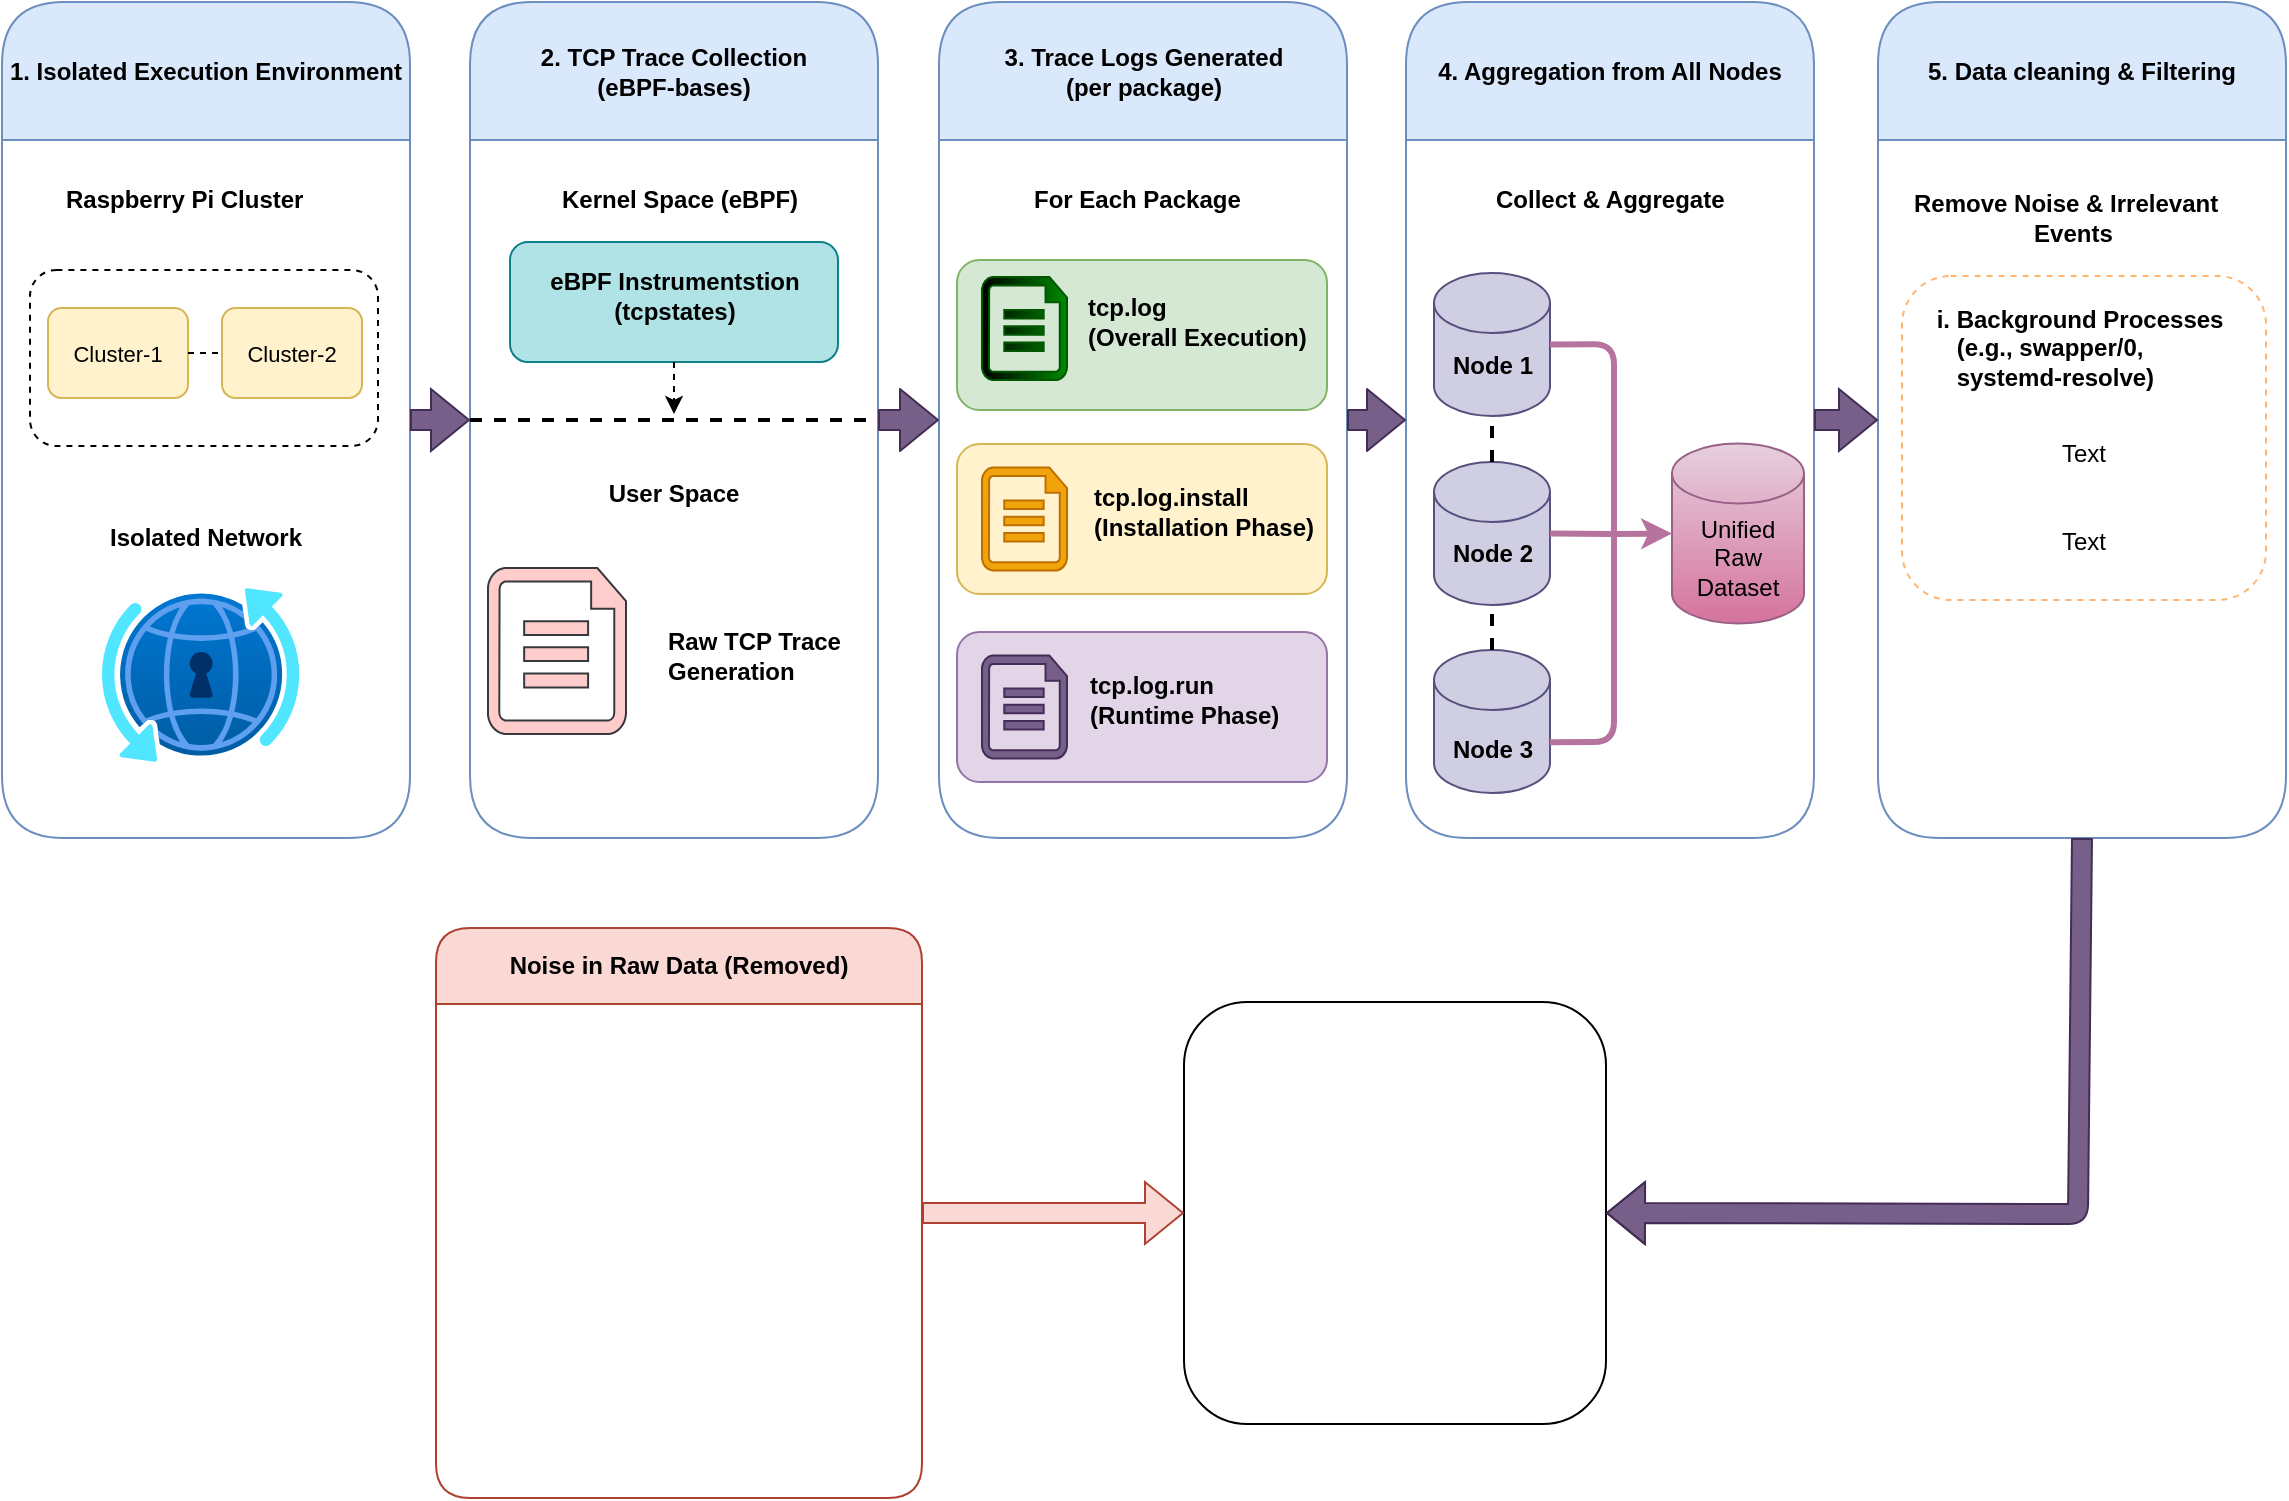
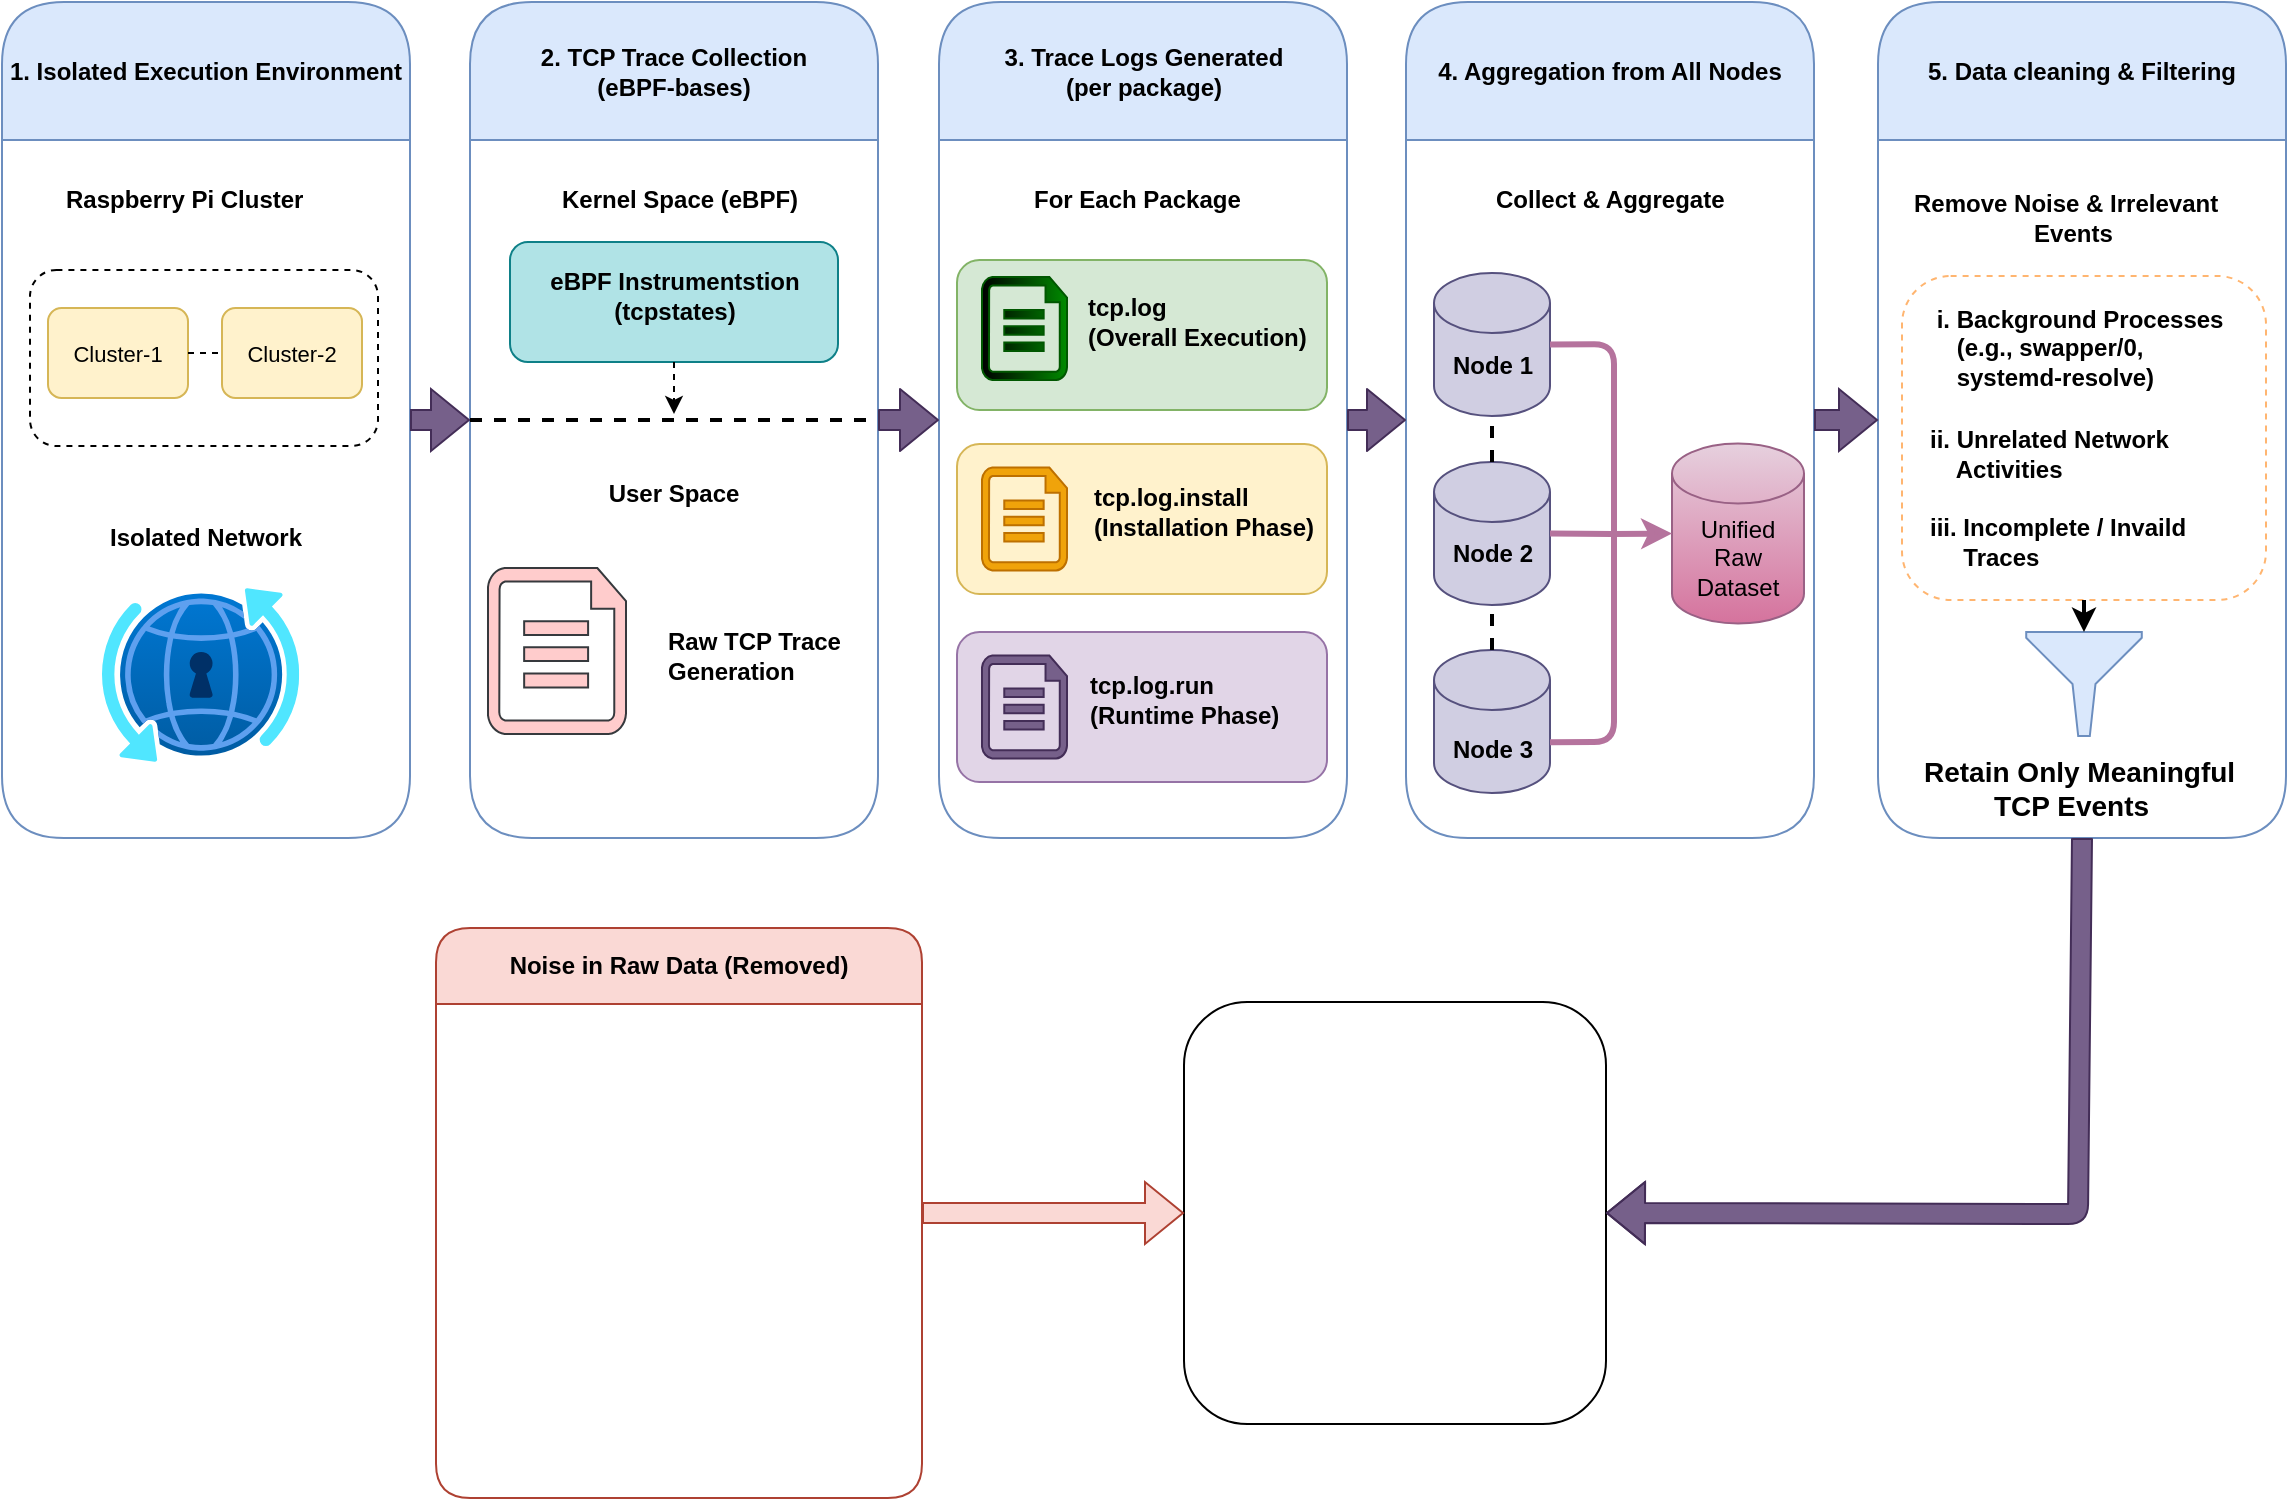
<mxfile host="app.diagrams.net">
  <diagram name="Page-1" id="8kyjSIY6fsYWo43MdOdE">
    <mxGraphModel dx="1406" dy="814" grid="0" gridSize="10" guides="1" tooltips="1" connect="1" arrows="1" fold="1" page="1" pageScale="1" pageWidth="1181" pageHeight="827" background="none" math="0" shadow="0">
      <root>
        <mxCell id="0" />
        <mxCell id="1" parent="0" />
        <mxCell id="yPxf8Ypyw46N0n0ri4En-1" parent="1" style="swimlane;whiteSpace=wrap;html=1;swimlaneFillColor=none;rounded=1;startSize=69;strokeColor=#6c8ebf;fillColor=#dae8fc;" value="1. Isolated Execution Environment" vertex="1">
          <mxGeometry height="418" width="204" x="20" y="29" as="geometry" />
        </mxCell>
        <mxCell id="9OX9V2n5WXdKuxMzRrJa-6" parent="yPxf8Ypyw46N0n0ri4En-1" style="text;strokeColor=none;fillColor=none;align=left;verticalAlign=middle;spacingLeft=4;spacingRight=4;overflow=hidden;points=[[0,0.5],[1,0.5]];portConstraint=eastwest;rotatable=0;whiteSpace=wrap;html=1;" value="&lt;b&gt;Raspberry Pi Cluster&lt;/b&gt;" vertex="1">
          <mxGeometry height="30" width="152" x="26" y="84" as="geometry" />
        </mxCell>
        <mxCell id="9OX9V2n5WXdKuxMzRrJa-7" parent="yPxf8Ypyw46N0n0ri4En-1" style="rounded=1;whiteSpace=wrap;html=1;dashed=1;" value="" vertex="1">
          <mxGeometry height="88" width="174" x="14" y="134" as="geometry" />
        </mxCell>
        <mxCell id="9OX9V2n5WXdKuxMzRrJa-8" parent="yPxf8Ypyw46N0n0ri4En-1" style="rounded=1;whiteSpace=wrap;html=1;fillColor=#fff2cc;strokeColor=#d6b656;" value="" vertex="1">
          <mxGeometry height="45" width="70" x="23" y="153" as="geometry" />
        </mxCell>
        <mxCell id="9OX9V2n5WXdKuxMzRrJa-9" parent="yPxf8Ypyw46N0n0ri4En-1" style="rounded=1;whiteSpace=wrap;html=1;fillColor=#fff2cc;strokeColor=#d6b656;" value="" vertex="1">
          <mxGeometry height="45" width="70" x="110" y="153" as="geometry" />
        </mxCell>
        <mxCell id="9OX9V2n5WXdKuxMzRrJa-10" parent="yPxf8Ypyw46N0n0ri4En-1" style="text;html=1;whiteSpace=wrap;strokeColor=none;fillColor=none;align=center;verticalAlign=middle;rounded=0;" value="&lt;font style=&quot;font-size: 11px;&quot;&gt;Cluster-1&lt;/font&gt;" vertex="1">
          <mxGeometry height="18.5" width="50" x="33" y="166.25" as="geometry" />
        </mxCell>
        <mxCell id="9OX9V2n5WXdKuxMzRrJa-11" parent="yPxf8Ypyw46N0n0ri4En-1" style="text;html=1;whiteSpace=wrap;strokeColor=none;fillColor=none;align=center;verticalAlign=middle;rounded=0;" value="&lt;font style=&quot;font-size: 11px;&quot;&gt;Cluster-2&lt;/font&gt;" vertex="1">
          <mxGeometry height="18.5" width="50" x="120" y="166.25" as="geometry" />
        </mxCell>
        <mxCell id="9OX9V2n5WXdKuxMzRrJa-12" edge="1" parent="yPxf8Ypyw46N0n0ri4En-1" source="9OX9V2n5WXdKuxMzRrJa-8" style="endArrow=none;html=1;rounded=0;exitX=1;exitY=0.5;exitDx=0;exitDy=0;entryX=0;entryY=0.5;entryDx=0;entryDy=0;dashed=1;" target="9OX9V2n5WXdKuxMzRrJa-9" value="">
          <mxGeometry height="50" relative="1" width="50" as="geometry">
            <mxPoint x="545" y="408" as="sourcePoint" />
            <mxPoint x="595" y="358" as="targetPoint" />
          </mxGeometry>
        </mxCell>
        <mxCell id="9OX9V2n5WXdKuxMzRrJa-14" parent="yPxf8Ypyw46N0n0ri4En-1" style="text;strokeColor=none;fillColor=none;align=left;verticalAlign=middle;spacingLeft=4;spacingRight=4;overflow=hidden;points=[[0,0.5],[1,0.5]];portConstraint=eastwest;rotatable=0;whiteSpace=wrap;html=1;" value="&lt;b&gt;Isolated Network&lt;/b&gt;" vertex="1">
          <mxGeometry height="30" width="109" x="47.5" y="253" as="geometry" />
        </mxCell>
        <mxCell id="9OX9V2n5WXdKuxMzRrJa-15" parent="yPxf8Ypyw46N0n0ri4En-1" style="image;aspect=fixed;html=1;points=[];align=center;fontSize=12;image=img/lib/azure2/networking/DNS_Private_Resolver.svg;" value="" vertex="1">
          <mxGeometry height="87" width="98.6" x="50" y="293" as="geometry" />
        </mxCell>
        <mxCell id="yPxf8Ypyw46N0n0ri4En-4" parent="1" style="swimlane;whiteSpace=wrap;html=1;swimlaneFillColor=none;rounded=1;startSize=69;strokeColor=#6c8ebf;fillColor=#dae8fc;" value="2. TCP Trace Collection&lt;div&gt;(eBPF-bases)&lt;/div&gt;" vertex="1">
          <mxGeometry height="418" width="204" x="254" y="29" as="geometry" />
        </mxCell>
        <mxCell id="9OX9V2n5WXdKuxMzRrJa-16" parent="yPxf8Ypyw46N0n0ri4En-4" style="text;strokeColor=none;fillColor=none;align=left;verticalAlign=middle;spacingLeft=4;spacingRight=4;overflow=hidden;points=[[0,0.5],[1,0.5]];portConstraint=eastwest;rotatable=0;whiteSpace=wrap;html=1;" value="&lt;b&gt;Kernel Space (eBPF)&lt;/b&gt;" vertex="1">
          <mxGeometry height="30" width="134" x="40" y="84" as="geometry" />
        </mxCell>
        <mxCell id="9OX9V2n5WXdKuxMzRrJa-20" parent="yPxf8Ypyw46N0n0ri4En-4" style="rounded=1;whiteSpace=wrap;html=1;fillColor=#b0e3e6;strokeColor=#0e8088;" value="" vertex="1">
          <mxGeometry height="60" width="164" x="20" y="120" as="geometry" />
        </mxCell>
        <mxCell id="9OX9V2n5WXdKuxMzRrJa-22" parent="yPxf8Ypyw46N0n0ri4En-4" style="text;html=1;whiteSpace=wrap;strokeColor=none;fillColor=none;align=center;verticalAlign=middle;rounded=0;" value="&lt;b&gt;eBPF Instrumentstion&lt;/b&gt;&lt;div&gt;&lt;b&gt;(tcpstates)&lt;/b&gt;&lt;/div&gt;" vertex="1">
          <mxGeometry height="35" width="133" x="35.5" y="129" as="geometry" />
        </mxCell>
        <mxCell id="9OX9V2n5WXdKuxMzRrJa-23" parent="yPxf8Ypyw46N0n0ri4En-4" style="text;html=1;whiteSpace=wrap;strokeColor=none;fillColor=none;align=center;verticalAlign=middle;rounded=0;" value="&lt;b&gt;User Space&lt;/b&gt;" vertex="1">
          <mxGeometry height="30" width="122" x="41" y="231" as="geometry" />
        </mxCell>
        <mxCell id="9OX9V2n5WXdKuxMzRrJa-24" parent="yPxf8Ypyw46N0n0ri4En-4" style="verticalLabelPosition=bottom;html=1;verticalAlign=top;align=center;shape=mxgraph.azure.cloud_services_configuration_file;pointerEvents=1;fillColor=#ffcccc;strokeColor=#36393d;" value="" vertex="1">
          <mxGeometry height="83" width="69" x="9" y="283" as="geometry" />
        </mxCell>
        <mxCell id="9OX9V2n5WXdKuxMzRrJa-26" parent="yPxf8Ypyw46N0n0ri4En-4" style="text;strokeColor=none;fillColor=none;align=left;verticalAlign=middle;spacingLeft=4;spacingRight=4;overflow=hidden;points=[[0,0.5],[1,0.5]];portConstraint=eastwest;rotatable=0;whiteSpace=wrap;html=1;" value="&lt;b&gt;Raw TCP Trace&lt;/b&gt;&lt;div&gt;&lt;b&gt;Generation&lt;/b&gt;&lt;/div&gt;" vertex="1">
          <mxGeometry height="74" width="99" x="93" y="290" as="geometry" />
        </mxCell>
        <mxCell id="yPxf8Ypyw46N0n0ri4En-5" parent="1" style="swimlane;whiteSpace=wrap;html=1;swimlaneFillColor=none;rounded=1;startSize=69;strokeColor=#6c8ebf;fillColor=#dae8fc;" value="3. Trace Logs Generated&lt;div&gt;(per package)&lt;/div&gt;" vertex="1">
          <mxGeometry height="418" width="204" x="488.5" y="29" as="geometry" />
        </mxCell>
        <mxCell id="9OX9V2n5WXdKuxMzRrJa-17" parent="yPxf8Ypyw46N0n0ri4En-5" style="text;strokeColor=none;fillColor=none;align=left;verticalAlign=middle;spacingLeft=4;spacingRight=4;overflow=hidden;points=[[0,0.5],[1,0.5]];portConstraint=eastwest;rotatable=0;whiteSpace=wrap;html=1;" value="&lt;b&gt;For Each Package&lt;/b&gt;" vertex="1">
          <mxGeometry height="30" width="121.5" x="41.5" y="84" as="geometry" />
        </mxCell>
        <mxCell id="9OX9V2n5WXdKuxMzRrJa-27" parent="yPxf8Ypyw46N0n0ri4En-5" style="rounded=1;whiteSpace=wrap;html=1;fillColor=#d5e8d4;strokeColor=#82b366;" value="" vertex="1">
          <mxGeometry height="75" width="185" x="9" y="129" as="geometry" />
        </mxCell>
        <mxCell id="9OX9V2n5WXdKuxMzRrJa-28" parent="yPxf8Ypyw46N0n0ri4En-5" style="rounded=1;whiteSpace=wrap;html=1;fillColor=#fff2cc;strokeColor=#d6b656;" value="" vertex="1">
          <mxGeometry height="75" width="185" x="9" y="221" as="geometry" />
        </mxCell>
        <mxCell id="9OX9V2n5WXdKuxMzRrJa-29" parent="yPxf8Ypyw46N0n0ri4En-5" style="rounded=1;whiteSpace=wrap;html=1;fillColor=#e1d5e7;strokeColor=#9673a6;" value="" vertex="1">
          <mxGeometry height="75" width="185" x="9" y="315" as="geometry" />
        </mxCell>
        <mxCell id="9OX9V2n5WXdKuxMzRrJa-31" parent="yPxf8Ypyw46N0n0ri4En-5" style="verticalLabelPosition=bottom;html=1;verticalAlign=top;align=center;strokeColor=#005700;fillColor=#008a00;shape=mxgraph.azure.cloud_services_configuration_file;pointerEvents=1;fontColor=#ffffff;shadow=0;gradientColor=default;gradientDirection=west;" value="" vertex="1">
          <mxGeometry height="51.5" width="42.5" x="21.5" y="137.5" as="geometry" />
        </mxCell>
        <mxCell id="9OX9V2n5WXdKuxMzRrJa-32" parent="yPxf8Ypyw46N0n0ri4En-5" style="verticalLabelPosition=bottom;html=1;verticalAlign=top;align=center;strokeColor=#BD7000;fillColor=#f0a30a;shape=mxgraph.azure.cloud_services_configuration_file;pointerEvents=1;fontColor=#000000;shadow=0;gradientDirection=west;" value="" vertex="1">
          <mxGeometry height="51.5" width="42.5" x="21.5" y="232.75" as="geometry" />
        </mxCell>
        <mxCell id="9OX9V2n5WXdKuxMzRrJa-33" parent="yPxf8Ypyw46N0n0ri4En-5" style="verticalLabelPosition=bottom;html=1;verticalAlign=top;align=center;strokeColor=#432D57;fillColor=#76608a;shape=mxgraph.azure.cloud_services_configuration_file;pointerEvents=1;fontColor=#ffffff;shadow=0;gradientDirection=west;" value="" vertex="1">
          <mxGeometry height="51.5" width="42.5" x="21.5" y="326.75" as="geometry" />
        </mxCell>
        <mxCell id="9OX9V2n5WXdKuxMzRrJa-34" parent="yPxf8Ypyw46N0n0ri4En-5" style="text;strokeColor=none;fillColor=none;align=left;verticalAlign=middle;spacingLeft=4;spacingRight=4;overflow=hidden;points=[[0,0.5],[1,0.5]];portConstraint=eastwest;rotatable=0;whiteSpace=wrap;html=1;" value="&lt;b&gt;tcp.log&lt;/b&gt;&lt;div&gt;&lt;b&gt;(Overall Execution)&lt;/b&gt;&lt;/div&gt;" vertex="1">
          <mxGeometry height="44" width="122" x="68" y="137.5" as="geometry" />
        </mxCell>
        <mxCell id="9OX9V2n5WXdKuxMzRrJa-35" parent="yPxf8Ypyw46N0n0ri4En-5" style="text;strokeColor=none;fillColor=none;align=left;verticalAlign=middle;spacingLeft=4;spacingRight=4;overflow=hidden;points=[[0,0.5],[1,0.5]];portConstraint=eastwest;rotatable=0;whiteSpace=wrap;html=1;" value="&lt;b&gt;tcp.log.install&lt;/b&gt;&lt;div&gt;&lt;b&gt;(Installation Phase)&lt;/b&gt;&lt;/div&gt;" vertex="1">
          <mxGeometry height="44" width="121" x="71" y="232.75" as="geometry" />
        </mxCell>
        <mxCell id="9OX9V2n5WXdKuxMzRrJa-36" parent="yPxf8Ypyw46N0n0ri4En-5" style="text;strokeColor=none;fillColor=none;align=left;verticalAlign=middle;spacingLeft=4;spacingRight=4;overflow=hidden;points=[[0,0.5],[1,0.5]];portConstraint=eastwest;rotatable=0;whiteSpace=wrap;html=1;" value="&lt;b&gt;tcp.log.run&lt;/b&gt;&lt;div&gt;&lt;b&gt;(Runtime Phase)&lt;/b&gt;&lt;/div&gt;" vertex="1">
          <mxGeometry height="44" width="119" x="69" y="326.75" as="geometry" />
        </mxCell>
        <mxCell id="yPxf8Ypyw46N0n0ri4En-6" parent="1" style="swimlane;whiteSpace=wrap;html=1;swimlaneFillColor=none;rounded=1;startSize=69;strokeColor=#6c8ebf;fillColor=#dae8fc;" value="4. Aggregation from All Nodes" vertex="1">
          <mxGeometry height="418" width="204" x="722" y="29" as="geometry" />
        </mxCell>
        <mxCell id="9OX9V2n5WXdKuxMzRrJa-37" parent="yPxf8Ypyw46N0n0ri4En-6" style="text;strokeColor=none;fillColor=none;align=left;verticalAlign=middle;spacingLeft=4;spacingRight=4;overflow=hidden;points=[[0,0.5],[1,0.5]];portConstraint=eastwest;rotatable=0;whiteSpace=wrap;html=1;" value="&lt;b&gt;Collect &amp;amp; Aggregate&lt;/b&gt;" vertex="1">
          <mxGeometry height="30" width="125.75" x="39.13" y="84" as="geometry" />
        </mxCell>
        <mxCell id="9OX9V2n5WXdKuxMzRrJa-38" parent="yPxf8Ypyw46N0n0ri4En-6" style="shape=cylinder3;whiteSpace=wrap;html=1;boundedLbl=1;backgroundOutline=1;size=15;fillColor=#d0cee2;strokeColor=#56517e;" value="" vertex="1">
          <mxGeometry height="71.5" width="58" x="14" y="135.5" as="geometry" />
        </mxCell>
        <mxCell id="9OX9V2n5WXdKuxMzRrJa-44" parent="yPxf8Ypyw46N0n0ri4En-6" style="shape=cylinder3;whiteSpace=wrap;html=1;boundedLbl=1;backgroundOutline=1;size=15;fillColor=#d0cee2;strokeColor=#56517e;" value="" vertex="1">
          <mxGeometry height="71.5" width="58" x="14" y="230" as="geometry" />
        </mxCell>
        <mxCell id="9OX9V2n5WXdKuxMzRrJa-45" parent="yPxf8Ypyw46N0n0ri4En-6" style="shape=cylinder3;whiteSpace=wrap;html=1;boundedLbl=1;backgroundOutline=1;size=15;fillColor=#d0cee2;strokeColor=#56517e;" value="" vertex="1">
          <mxGeometry height="71.5" width="58" x="14" y="324" as="geometry" />
        </mxCell>
        <mxCell id="9OX9V2n5WXdKuxMzRrJa-46" edge="1" parent="yPxf8Ypyw46N0n0ri4En-6" source="9OX9V2n5WXdKuxMzRrJa-44" style="endArrow=none;html=1;rounded=0;entryX=0.5;entryY=1;entryDx=0;entryDy=0;entryPerimeter=0;exitX=0.5;exitY=0;exitDx=0;exitDy=0;exitPerimeter=0;dashed=1;strokeWidth=2;" target="9OX9V2n5WXdKuxMzRrJa-38" value="">
          <mxGeometry height="50" relative="1" width="50" as="geometry">
            <mxPoint x="-154" y="387" as="sourcePoint" />
            <mxPoint x="-104" y="337" as="targetPoint" />
          </mxGeometry>
        </mxCell>
        <mxCell id="9OX9V2n5WXdKuxMzRrJa-47" edge="1" parent="yPxf8Ypyw46N0n0ri4En-6" source="9OX9V2n5WXdKuxMzRrJa-45" style="endArrow=none;html=1;rounded=0;entryX=0.5;entryY=1;entryDx=0;entryDy=0;entryPerimeter=0;exitX=0.5;exitY=0;exitDx=0;exitDy=0;exitPerimeter=0;dashed=1;strokeWidth=2;" target="9OX9V2n5WXdKuxMzRrJa-44" value="">
          <mxGeometry height="50" relative="1" width="50" as="geometry">
            <mxPoint x="-154" y="387" as="sourcePoint" />
            <mxPoint x="-104" y="337" as="targetPoint" />
          </mxGeometry>
        </mxCell>
        <mxCell id="9OX9V2n5WXdKuxMzRrJa-48" parent="yPxf8Ypyw46N0n0ri4En-6" style="shape=cylinder3;whiteSpace=wrap;html=1;boundedLbl=1;backgroundOutline=1;size=15;fillColor=#e6d0de;strokeColor=#996185;gradientColor=#d5739d;" value="" vertex="1">
          <mxGeometry height="90" width="66" x="133" y="220.75" as="geometry" />
        </mxCell>
        <mxCell id="9OX9V2n5WXdKuxMzRrJa-49" edge="1" parent="yPxf8Ypyw46N0n0ri4En-6" source="9OX9V2n5WXdKuxMzRrJa-45" style="endArrow=none;html=1;rounded=1;entryX=1;entryY=0.5;entryDx=0;entryDy=0;entryPerimeter=0;exitX=1;exitY=0;exitDx=0;exitDy=46.125;exitPerimeter=0;strokeWidth=3;curved=0;strokeColor=#B5739D;" target="9OX9V2n5WXdKuxMzRrJa-38" value="">
          <mxGeometry height="50" relative="1" width="50" as="geometry">
            <Array as="points">
              <mxPoint x="104" y="370" />
              <mxPoint x="104" y="171" />
            </Array>
            <mxPoint x="-154" y="387" as="sourcePoint" />
            <mxPoint x="-104" y="337" as="targetPoint" />
          </mxGeometry>
        </mxCell>
        <mxCell id="9OX9V2n5WXdKuxMzRrJa-54" edge="1" parent="yPxf8Ypyw46N0n0ri4En-6" source="9OX9V2n5WXdKuxMzRrJa-44" style="endArrow=none;html=1;rounded=0;exitX=1;exitY=0.5;exitDx=0;exitDy=0;exitPerimeter=0;strokeWidth=3;strokeColor=#B5739D;" value="">
          <mxGeometry height="50" relative="1" width="50" as="geometry">
            <mxPoint x="-154" y="389" as="sourcePoint" />
            <mxPoint x="103" y="266" as="targetPoint" />
          </mxGeometry>
        </mxCell>
        <mxCell id="9OX9V2n5WXdKuxMzRrJa-56" parent="yPxf8Ypyw46N0n0ri4En-6" style="text;html=1;whiteSpace=wrap;strokeColor=none;fillColor=none;align=center;verticalAlign=middle;rounded=0;" value="&lt;b&gt;Node 1&lt;/b&gt;" vertex="1">
          <mxGeometry height="24.5" width="47" x="19.5" y="170" as="geometry" />
        </mxCell>
        <mxCell id="9OX9V2n5WXdKuxMzRrJa-57" parent="yPxf8Ypyw46N0n0ri4En-6" style="text;html=1;whiteSpace=wrap;strokeColor=none;fillColor=none;align=center;verticalAlign=middle;rounded=0;" value="&lt;b&gt;Node 2&lt;/b&gt;" vertex="1">
          <mxGeometry height="24.5" width="47" x="19.5" y="264" as="geometry" />
        </mxCell>
        <mxCell id="9OX9V2n5WXdKuxMzRrJa-58" parent="yPxf8Ypyw46N0n0ri4En-6" style="text;html=1;whiteSpace=wrap;strokeColor=none;fillColor=none;align=center;verticalAlign=middle;rounded=0;" value="&lt;b&gt;Node 3&lt;/b&gt;" vertex="1">
          <mxGeometry height="24.5" width="47" x="19.5" y="362" as="geometry" />
        </mxCell>
        <mxCell id="9OX9V2n5WXdKuxMzRrJa-59" parent="yPxf8Ypyw46N0n0ri4En-6" style="text;html=1;whiteSpace=wrap;strokeColor=none;fillColor=none;align=center;verticalAlign=middle;rounded=0;" value="Unified&lt;div&gt;Raw Dataset&lt;/div&gt;" vertex="1">
          <mxGeometry height="47.25" width="52" x="140" y="254.25" as="geometry" />
        </mxCell>
        <mxCell id="yPxf8Ypyw46N0n0ri4En-7" parent="1" style="swimlane;whiteSpace=wrap;html=1;swimlaneFillColor=none;rounded=1;startSize=69;strokeColor=#6c8ebf;fillColor=#dae8fc;" value="5. Data cleaning &amp;amp; Filtering" vertex="1">
          <mxGeometry height="418" width="204" x="958" y="29" as="geometry" />
        </mxCell>
        <mxCell id="9OX9V2n5WXdKuxMzRrJa-60" parent="yPxf8Ypyw46N0n0ri4En-7" style="text;strokeColor=none;fillColor=none;align=left;verticalAlign=middle;spacingLeft=4;spacingRight=4;overflow=hidden;points=[[0,0.5],[1,0.5]];portConstraint=eastwest;rotatable=0;whiteSpace=wrap;html=1;" value="&lt;b&gt;Remove Noise &amp;amp; Irrelevant&amp;nbsp; &amp;nbsp; &amp;nbsp; &amp;nbsp; &amp;nbsp; &amp;nbsp; &amp;nbsp; &amp;nbsp; &amp;nbsp; &amp;nbsp; &amp;nbsp; &amp;nbsp; Events&lt;/b&gt;" vertex="1">
          <mxGeometry height="48" width="180" x="12" y="84" as="geometry" />
        </mxCell>
        <mxCell id="9OX9V2n5WXdKuxMzRrJa-64" parent="yPxf8Ypyw46N0n0ri4En-7" style="rounded=1;whiteSpace=wrap;html=1;dashed=1;strokeColor=#FFB570;" value="" vertex="1">
          <mxGeometry height="162" width="182" x="12" y="137" as="geometry" />
        </mxCell>
        <mxCell id="9OX9V2n5WXdKuxMzRrJa-65" parent="yPxf8Ypyw46N0n0ri4En-7" style="text;html=1;whiteSpace=wrap;strokeColor=none;fillColor=none;align=left;verticalAlign=middle;rounded=0;" value="&lt;b&gt;&lt;span style=&quot;background-color: light-dark(#ffffff, var(--ge-dark-color, #121212)); color: light-dark(rgb(0, 0, 0), rgb(255, 255, 255));&quot;&gt;&amp;nbsp;i. Background Processes&lt;/span&gt;&lt;br&gt;&lt;span style=&quot;background-color: light-dark(#ffffff, var(--ge-dark-color, #121212)); color: light-dark(rgb(0, 0, 0), rgb(255, 255, 255));&quot;&gt;&amp;nbsp; &amp;nbsp; (e.g., swapper/0,&lt;/span&gt;&lt;/b&gt;&lt;div&gt;&lt;b&gt;&lt;span style=&quot;background-color: light-dark(#ffffff, var(--ge-dark-color, #121212)); color: light-dark(rgb(0, 0, 0), rgb(255, 255, 255));&quot;&gt;&amp;nbsp; &amp;nbsp; systemd-resolve)&lt;/span&gt;&lt;/b&gt;&lt;/div&gt;" vertex="1">
          <mxGeometry height="43" width="164" x="24" y="151" as="geometry" />
        </mxCell>
-         <mxCell id="9OX9V2n5WXdKuxMzRrJa-66" parent="yPxf8Ypyw46N0n0ri4En-7" style="text;html=1;whiteSpace=wrap;strokeColor=none;fillColor=none;align=center;verticalAlign=middle;rounded=0;" value="Text" vertex="1">
+         <mxCell id="9OX9V2n5WXdKuxMzRrJa-66" parent="yPxf8Ypyw46N0n0ri4En-7" style="text;html=1;whiteSpace=wrap;strokeColor=none;fillColor=none;align=left;verticalAlign=middle;rounded=0;" value="&lt;b&gt;ii. Unrelated Network&lt;/b&gt;&lt;div&gt;&lt;b&gt;&amp;nbsp; &amp;nbsp; Activities&lt;/b&gt;&lt;/div&gt;" vertex="1">
          <mxGeometry height="40" width="158" x="24" y="206" as="geometry" />
        </mxCell>
-         <mxCell id="9OX9V2n5WXdKuxMzRrJa-67" parent="yPxf8Ypyw46N0n0ri4En-7" style="text;html=1;whiteSpace=wrap;strokeColor=none;fillColor=none;align=center;verticalAlign=middle;rounded=0;" value="Text" vertex="1">
+         <mxCell id="9OX9V2n5WXdKuxMzRrJa-67" parent="yPxf8Ypyw46N0n0ri4En-7" style="text;html=1;whiteSpace=wrap;strokeColor=none;fillColor=none;align=left;verticalAlign=middle;rounded=0;" value="&lt;b&gt;iii. Incomplete / Invaild&amp;nbsp;&lt;/b&gt;&lt;div&gt;&lt;b&gt;&amp;nbsp; &amp;nbsp; &amp;nbsp;Traces&lt;/b&gt;&lt;/div&gt;" vertex="1">
          <mxGeometry height="40" width="158" x="24" y="250" as="geometry" />
+         </mxCell>
+         <mxCell id="9OX9V2n5WXdKuxMzRrJa-68" parent="yPxf8Ypyw46N0n0ri4En-7" style="sketch=0;aspect=fixed;pointerEvents=1;shadow=0;dashed=0;html=1;strokeColor=#6c8ebf;labelPosition=center;verticalLabelPosition=bottom;verticalAlign=top;align=center;fillColor=#dae8fc;shape=mxgraph.mscae.enterprise.filter;" value="" vertex="1">
+           <mxGeometry height="52" width="57.78" x="74.11" y="315" as="geometry" />
+         </mxCell>
+         <mxCell id="9OX9V2n5WXdKuxMzRrJa-69" edge="1" parent="yPxf8Ypyw46N0n0ri4En-7" source="9OX9V2n5WXdKuxMzRrJa-64" style="endArrow=classic;html=1;rounded=0;exitX=0.5;exitY=1;exitDx=0;exitDy=0;entryX=0.5;entryY=0;entryDx=0;entryDy=0;entryPerimeter=0;strokeWidth=2;" target="9OX9V2n5WXdKuxMzRrJa-68" value="">
+           <mxGeometry height="50" relative="1" width="50" as="geometry">
+             <mxPoint x="-353" y="361" as="sourcePoint" />
+             <mxPoint x="-303" y="311" as="targetPoint" />
+           </mxGeometry>
+         </mxCell>
+         <mxCell id="9OX9V2n5WXdKuxMzRrJa-70" parent="yPxf8Ypyw46N0n0ri4En-7" style="text;strokeColor=none;fillColor=none;align=left;verticalAlign=middle;spacingLeft=4;spacingRight=4;overflow=hidden;points=[[0,0.5],[1,0.5]];portConstraint=eastwest;rotatable=0;whiteSpace=wrap;html=1;" value="&lt;b&gt;&lt;font style=&quot;font-size: 14px;&quot;&gt;Retain Only Meaningful&lt;/font&gt;&lt;/b&gt;&lt;div&gt;&lt;b&gt;&lt;font style=&quot;font-size: 14px;&quot;&gt;&amp;nbsp; &amp;nbsp; &amp;nbsp; &amp;nbsp; &amp;nbsp;TCP Events&lt;/font&gt;&lt;/b&gt;&lt;/div&gt;" vertex="1">
+           <mxGeometry height="41" width="171.25" x="17.38" y="372" as="geometry" />
        </mxCell>
        <mxCell id="yPxf8Ypyw46N0n0ri4En-8" parent="1" style="whiteSpace=wrap;html=1;aspect=fixed;rounded=1;strokeWidth=1;" value="" vertex="1">
          <mxGeometry height="211" width="211" x="611" y="529" as="geometry" />
        </mxCell>
        <mxCell id="yPxf8Ypyw46N0n0ri4En-9" edge="1" parent="1" source="yPxf8Ypyw46N0n0ri4En-7" style="endArrow=classic;html=1;rounded=1;exitX=0.5;exitY=1;exitDx=0;exitDy=0;entryX=1;entryY=0.5;entryDx=0;entryDy=0;shape=flexArrow;strokeWidth=1;strokeColor=#432D57;fillColor=#76608a;" target="yPxf8Ypyw46N0n0ri4En-8" value="">
          <mxGeometry height="50" relative="1" width="50" as="geometry">
            <Array as="points">
              <mxPoint x="1058" y="635" />
            </Array>
            <mxPoint x="567" y="544" as="sourcePoint" />
            <mxPoint x="617" y="494" as="targetPoint" />
          </mxGeometry>
        </mxCell>
        <mxCell id="yPxf8Ypyw46N0n0ri4En-10" edge="1" parent="1" source="yPxf8Ypyw46N0n0ri4En-4" style="endArrow=classic;html=1;rounded=1;exitX=1;exitY=0.5;exitDx=0;exitDy=0;entryX=0;entryY=0.5;entryDx=0;entryDy=0;shape=flexArrow;fillColor=#76608a;strokeColor=#432D57;" target="yPxf8Ypyw46N0n0ri4En-5" value="">
          <mxGeometry height="50" relative="1" width="50" as="geometry">
            <mxPoint x="567" y="444" as="sourcePoint" />
            <mxPoint x="617" y="394" as="targetPoint" />
          </mxGeometry>
        </mxCell>
        <mxCell id="9OX9V2n5WXdKuxMzRrJa-1" edge="1" parent="1" source="yPxf8Ypyw46N0n0ri4En-5" style="endArrow=classic;html=1;rounded=1;exitX=1;exitY=0.5;exitDx=0;exitDy=0;entryX=0;entryY=0.5;entryDx=0;entryDy=0;shape=flexArrow;fillColor=#76608a;strokeColor=#432D57;" target="yPxf8Ypyw46N0n0ri4En-6" value="">
          <mxGeometry height="50" relative="1" width="50" as="geometry">
            <mxPoint x="565" y="444" as="sourcePoint" />
            <mxPoint x="615" y="394" as="targetPoint" />
          </mxGeometry>
        </mxCell>
        <mxCell id="9OX9V2n5WXdKuxMzRrJa-2" edge="1" parent="1" source="yPxf8Ypyw46N0n0ri4En-6" style="endArrow=classic;html=1;rounded=0;exitX=1;exitY=0.5;exitDx=0;exitDy=0;entryX=0;entryY=0.5;entryDx=0;entryDy=0;shape=flexArrow;fillColor=#76608a;strokeColor=#432D57;" target="yPxf8Ypyw46N0n0ri4En-7" value="">
          <mxGeometry height="50" relative="1" width="50" as="geometry">
            <mxPoint x="565" y="444" as="sourcePoint" />
            <mxPoint x="615" y="394" as="targetPoint" />
          </mxGeometry>
        </mxCell>
        <mxCell id="9OX9V2n5WXdKuxMzRrJa-3" edge="1" parent="1" source="yPxf8Ypyw46N0n0ri4En-1" style="endArrow=classic;html=1;rounded=0;exitX=1;exitY=0.5;exitDx=0;exitDy=0;entryX=0;entryY=0.5;entryDx=0;entryDy=0;shape=flexArrow;fillColor=#76608a;strokeColor=#432D57;" target="yPxf8Ypyw46N0n0ri4En-4" value="">
          <mxGeometry height="50" relative="1" width="50" as="geometry">
            <mxPoint x="565" y="444" as="sourcePoint" />
            <mxPoint x="615" y="394" as="targetPoint" />
          </mxGeometry>
        </mxCell>
        <mxCell id="9OX9V2n5WXdKuxMzRrJa-4" parent="1" style="swimlane;whiteSpace=wrap;html=1;startSize=38;rounded=1;fillColor=#fad9d5;strokeColor=#ae4132;" value="Noise in Raw Data (Removed)" vertex="1">
          <mxGeometry height="285" width="243" x="237" y="492" as="geometry" />
        </mxCell>
        <mxCell id="9OX9V2n5WXdKuxMzRrJa-5" edge="1" parent="1" source="9OX9V2n5WXdKuxMzRrJa-4" style="endArrow=classic;html=1;rounded=0;exitX=1;exitY=0.5;exitDx=0;exitDy=0;entryX=0;entryY=0.5;entryDx=0;entryDy=0;shape=flexArrow;fillColor=#fad9d5;strokeColor=#ae4132;" target="yPxf8Ypyw46N0n0ri4En-8" value="">
          <mxGeometry height="50" relative="1" width="50" as="geometry">
            <mxPoint x="565" y="437" as="sourcePoint" />
            <mxPoint x="615" y="387" as="targetPoint" />
          </mxGeometry>
        </mxCell>
        <mxCell id="9OX9V2n5WXdKuxMzRrJa-19" edge="1" parent="1" source="yPxf8Ypyw46N0n0ri4En-4" style="endArrow=none;dashed=1;html=1;rounded=0;exitX=0;exitY=0.5;exitDx=0;exitDy=0;entryX=1;entryY=0.5;entryDx=0;entryDy=0;strokeWidth=2;" target="yPxf8Ypyw46N0n0ri4En-4" value="">
          <mxGeometry height="50" relative="1" width="50" as="geometry">
            <mxPoint x="565" y="430" as="sourcePoint" />
            <mxPoint x="460" y="240" as="targetPoint" />
          </mxGeometry>
        </mxCell>
        <mxCell id="9OX9V2n5WXdKuxMzRrJa-21" edge="1" parent="1" source="9OX9V2n5WXdKuxMzRrJa-20" style="endArrow=classic;html=1;rounded=0;exitX=0.5;exitY=1;exitDx=0;exitDy=0;dashed=1;" value="">
          <mxGeometry height="50" relative="1" width="50" as="geometry">
            <mxPoint x="565" y="430" as="sourcePoint" />
            <mxPoint x="356" y="235" as="targetPoint" />
          </mxGeometry>
        </mxCell>
        <mxCell id="9OX9V2n5WXdKuxMzRrJa-55" edge="1" parent="1" style="endArrow=classic;html=1;rounded=0;entryX=0;entryY=0.5;entryDx=0;entryDy=0;entryPerimeter=0;strokeColor=#B5739D;strokeWidth=3;" target="9OX9V2n5WXdKuxMzRrJa-48" value="">
          <mxGeometry height="50" relative="1" width="50" as="geometry">
            <mxPoint x="825" y="295" as="sourcePoint" />
            <mxPoint x="618" y="368" as="targetPoint" />
          </mxGeometry>
        </mxCell>
      </root>
    </mxGraphModel>
  </diagram>
</mxfile>
